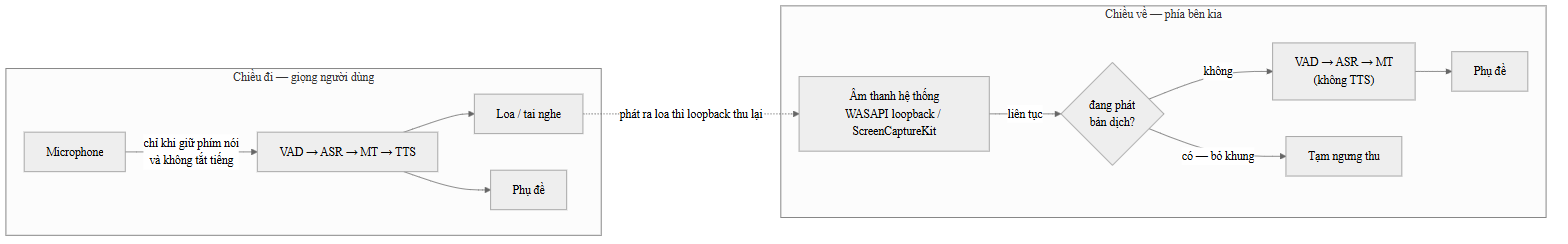
RokeyHung/local-live-voice-translator keeps this Mermaid diagram as docs/gvhd/khoa-luan-hinh/h3-7-hai-chieu.png. Above is the earlier version. Its source is kept beside it as docs/gvhd/khoa-luan-hinh/src/h3-7-hai-chieu.mmd. The source it was exported from:
```mermaid
flowchart LR
    subgraph OUT["Chiều đi — giọng người dùng"]
        MIC["Microphone"] -->|"chỉ khi giữ phím nói<br/>và không tắt tiếng"| P1["VAD → ASR → MT → TTS"]
        P1 --> SPK["Loa / tai nghe"]
        P1 --> SUB1["Phụ đề"]
    end
    subgraph IN["Chiều về — phía bên kia"]
        LOOP["Âm thanh hệ thống<br/>WASAPI loopback / ScreenCaptureKit"] -->|"liên tục"| GATE{"đang phát<br/>bản dịch?"}
        GATE -->|"không"| P2["VAD → ASR → MT<br/>(không TTS)"]
        GATE -->|"có — bỏ khung"| DROP["Tạm ngưng thu"]
        P2 --> SUB2["Phụ đề"]
    end
    SPK -.->|"phát ra loa thì loopback thu lại"| LOOP
```
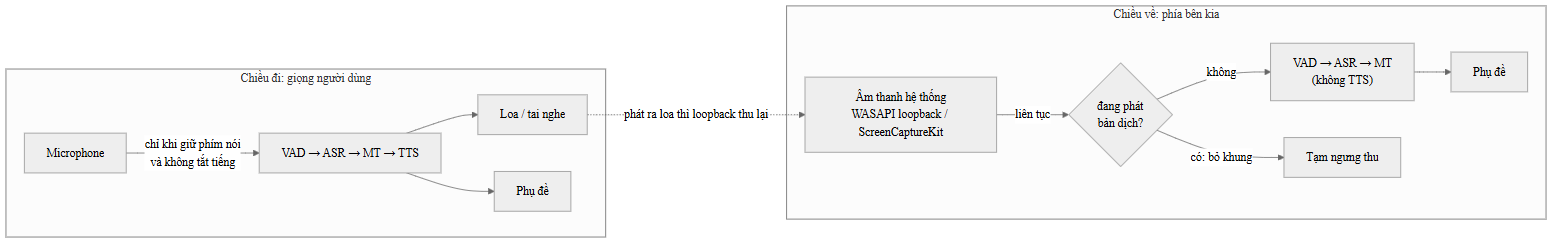
After the change.

The edit, as a diff of the source:
```diff
@@ -1,13 +1,13 @@
 flowchart LR
-    subgraph OUT["Chiều đi — giọng người dùng"]
+    subgraph OUT["Chiều đi: giọng người dùng"]
         MIC["Microphone"] -->|"chỉ khi giữ phím nói<br/>và không tắt tiếng"| P1["VAD → ASR → MT → TTS"]
         P1 --> SPK["Loa / tai nghe"]
         P1 --> SUB1["Phụ đề"]
     end
-    subgraph IN["Chiều về — phía bên kia"]
+    subgraph IN["Chiều về: phía bên kia"]
         LOOP["Âm thanh hệ thống<br/>WASAPI loopback / ScreenCaptureKit"] -->|"liên tục"| GATE{"đang phát<br/>bản dịch?"}
         GATE -->|"không"| P2["VAD → ASR → MT<br/>(không TTS)"]
-        GATE -->|"có — bỏ khung"| DROP["Tạm ngưng thu"]
+        GATE -->|"có: bỏ khung"| DROP["Tạm ngưng thu"]
         P2 --> SUB2["Phụ đề"]
     end
     SPK -.->|"phát ra loa thì loopback thu lại"| LOOP
```
